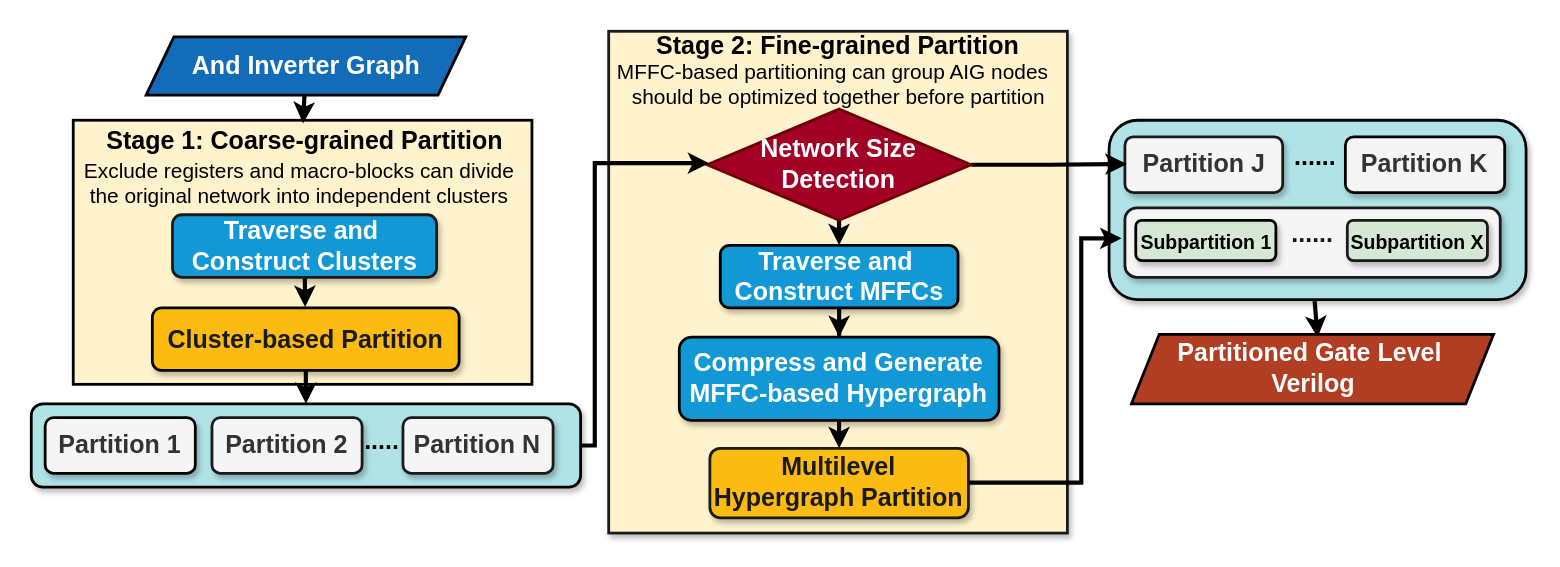
The draw.io diagram PartitionFlow.drawio in kxzhu0505/LogicSynOpt, before the edit. Source tidied: cells renumbered, new cells numbered last; positions are measured from the earlier drawing's top-left corner, leaving out a move shared by most shapes. Both pictures are drawn from the tidied source at 139%, with x=0, y=0 at pixel (31, 25).
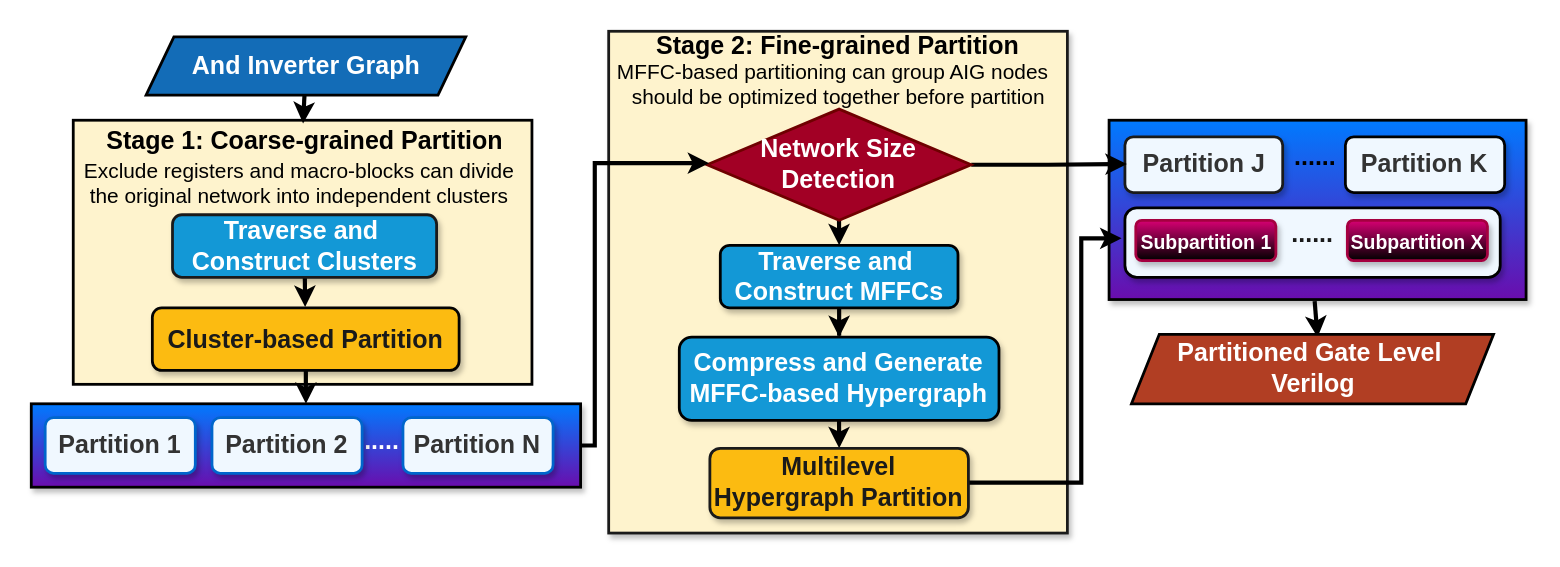
Above is the later version.

What changed in the source:
```diff
@@
-    <mxCell id="3" style="rounded=1;whiteSpace=wrap;html=1;shadow=1;strokeWidth=2;fontSize=18;arcSize=16;fillColor=#b0e3e6;strokeColor=#050505;" parent="1" vertex="1">
+    <mxCell id="3" style="rounded=0;whiteSpace=wrap;html=1;shadow=1;strokeWidth=2;fontSize=18;arcSize=16;fillColor=#007AFF;strokeColor=#000000;gradientColor=#6A0DAD;" parent="1" vertex="1">
       <mxGeometry x="775.4" y="68" width="300" height="129" as="geometry" />
     </mxCell>
@@
-    <mxCell id="5" style="rounded=1;whiteSpace=wrap;html=1;shadow=1;strokeWidth=2;fontSize=18;arcSize=14;fillColor=#b0e3e6;strokeColor=#000000;" parent="1" vertex="1">
+    <mxCell id="5" style="rounded=0;whiteSpace=wrap;html=1;shadow=1;strokeWidth=2;fontSize=18;arcSize=14;fillColor=#007AFF;strokeColor=#000000;gradientColor=#6A0DAD;" parent="1" vertex="1">
       <mxGeometry y="272" width="395.2" height="60" as="geometry" />
     </mxCell>
-    <mxCell id="6" value="&lt;font face=&quot;Helvetica&quot; style=&quot;font-size: 18px;&quot;&gt;Partition 1&lt;/font&gt;" style="rounded=1;whiteSpace=wrap;html=1;fontStyle=1;fontSize=18;strokeWidth=2;shadow=1;fillColor=#f5f5f5;fontColor=#333333;strokeColor=#000000;" parent="1" vertex="1">
+    <mxCell id="6" value="&lt;font face=&quot;Helvetica&quot; style=&quot;font-size: 18px;&quot;&gt;Partition 1&lt;/font&gt;" style="rounded=1;whiteSpace=wrap;html=1;fontStyle=1;fontSize=18;strokeWidth=2;shadow=1;fillColor=#F0F8FF;fontColor=#333333;strokeColor=#0066CC;" parent="1" vertex="1">
       <mxGeometry x="10" y="282" width="108" height="40" as="geometry" />
     </mxCell>
-    <mxCell id="7" value="&lt;font face=&quot;Helvetica&quot; style=&quot;font-size: 18px;&quot;&gt;......&lt;/font&gt;" style="text;html=1;strokeColor=none;fillColor=none;align=center;verticalAlign=middle;whiteSpace=wrap;rounded=0;fontStyle=1;fontSize=18;strokeWidth=3;" parent="1" vertex="1">
+    <mxCell id="7" value="&lt;font color=&quot;#ffffff&quot; face=&quot;Helvetica&quot; style=&quot;font-size: 18px;&quot;&gt;......&lt;/font&gt;" style="text;html=1;strokeColor=none;fillColor=none;align=center;verticalAlign=middle;whiteSpace=wrap;rounded=0;fontStyle=1;fontSize=18;strokeWidth=3;" parent="1" vertex="1">
       <mxGeometry x="220" y="284" width="60" height="30" as="geometry" />
     </mxCell>
-    <mxCell id="8" value="&lt;font face=&quot;Helvetica&quot; style=&quot;font-size: 18px;&quot;&gt;Partition N&lt;/font&gt;" style="rounded=1;whiteSpace=wrap;html=1;fontStyle=1;fontSize=18;strokeWidth=2;shadow=1;fillColor=#f5f5f5;strokeColor=#1A1A1A;fontColor=#333333;" parent="1" vertex="1">
+    <mxCell id="8" value="&lt;font face=&quot;Helvetica&quot; style=&quot;font-size: 18px;&quot;&gt;Partition N&lt;/font&gt;" style="rounded=1;whiteSpace=wrap;html=1;fontStyle=1;fontSize=18;strokeWidth=2;shadow=1;fillColor=#F0F8FF;strokeColor=#0066CC;fontColor=#333333;" parent="1" vertex="1">
       <mxGeometry x="267.4" y="282" width="108" height="40" as="geometry" />
     </mxCell>
-    <mxCell id="9" value="&lt;font face=&quot;Helvetica&quot; style=&quot;font-size: 18px;&quot;&gt;Partition 2&lt;/font&gt;" style="rounded=1;whiteSpace=wrap;html=1;fontStyle=1;fontSize=18;strokeWidth=2;shadow=1;fillColor=#f5f5f5;fontColor=#333333;strokeColor=#1A1A1A;" parent="1" vertex="1">
+    <mxCell id="9" value="&lt;font face=&quot;Helvetica&quot; style=&quot;font-size: 18px;&quot;&gt;Partition 2&lt;/font&gt;" style="rounded=1;whiteSpace=wrap;html=1;fontStyle=1;fontSize=18;strokeWidth=2;shadow=1;fillColor=#F0F8FF;fontColor=#333333;strokeColor=#0066CC;" parent="1" vertex="1">
       <mxGeometry x="130" y="282" width="108" height="40" as="geometry" />
     </mxCell>
-    <mxCell id="10" style="rounded=1;whiteSpace=wrap;html=1;shadow=1;strokeWidth=2;fontSize=18;arcSize=17;fillColor=#f5f5f5;fontColor=#333333;strokeColor=#1A1A1A;" parent="1" vertex="1">
+    <mxCell id="10" style="rounded=1;whiteSpace=wrap;html=1;shadow=1;strokeWidth=2;fontSize=18;arcSize=17;fillColor=#F0F8FF;fontColor=#333333;strokeColor=#000000;" parent="1" vertex="1">
       <mxGeometry x="786.8" y="131" width="270" height="50" as="geometry" />
     </mxCell>
-    <mxCell id="11" value="&lt;font face=&quot;Helvetica&quot; style=&quot;font-size: 14px;&quot;&gt;Subpartition 1&lt;/font&gt;" style="rounded=1;whiteSpace=wrap;html=1;fontStyle=1;fontSize=18;strokeWidth=2;shadow=1;fillColor=#d5e8d4;strokeColor=#000000;" parent="1" vertex="1">
+    <mxCell id="11" value="&lt;font face=&quot;Helvetica&quot; style=&quot;font-size: 14px;&quot;&gt;Subpartition 1&lt;/font&gt;" style="rounded=1;whiteSpace=wrap;html=1;fontStyle=1;fontSize=18;strokeWidth=2;shadow=1;fillColor=#d80073;strokeColor=#A50040;fontColor=#ffffff;gradientColor=default;" parent="1" vertex="1">
       <mxGeometry x="794.6" y="140" width="100.8" height="29" as="geometry" />
     </mxCell>
-    <mxCell id="12" value="&lt;font face=&quot;Helvetica&quot; style=&quot;font-size: 18px;&quot;&gt;Partition J&lt;/font&gt;" style="rounded=1;whiteSpace=wrap;html=1;fontStyle=1;fontSize=18;strokeWidth=2;shadow=1;fillColor=#f5f5f5;fontColor=#333333;strokeColor=#1A1A1A;" parent="1" vertex="1">
+    <mxCell id="12" value="&lt;font face=&quot;Helvetica&quot; style=&quot;font-size: 18px;&quot;&gt;Partition J&lt;/font&gt;" style="rounded=1;whiteSpace=wrap;html=1;fontStyle=1;fontSize=18;strokeWidth=2;shadow=1;fillColor=#F0F8FF;fontColor=#333333;strokeColor=#1A1A1A;" parent="1" vertex="1">
       <mxGeometry x="786.8" y="80" width="113.5" height="40" as="geometry" />
     </mxCell>
-    <mxCell id="13" value="&lt;font face=&quot;Helvetica&quot; style=&quot;font-size: 18px;&quot;&gt;Partition K&lt;/font&gt;" style="rounded=1;whiteSpace=wrap;html=1;fontStyle=1;fontSize=18;strokeWidth=2;shadow=1;fillColor=#f5f5f5;fontColor=#333333;strokeColor=#000000;" parent="1" vertex="1">
+    <mxCell id="13" value="&lt;font face=&quot;Helvetica&quot; style=&quot;font-size: 18px;&quot;&gt;Partition K&lt;/font&gt;" style="rounded=1;whiteSpace=wrap;html=1;fontStyle=1;fontSize=18;strokeWidth=2;shadow=1;fillColor=#F0F8FF;fontColor=#333333;strokeColor=#000000;" parent="1" vertex="1">
       <mxGeometry x="945.4" y="80" width="114.6" height="40" as="geometry" />
     </mxCell>
@@
-    <mxCell id="34" value="&lt;span style=&quot;font-size: 14px;&quot;&gt;Subpartition X&lt;/span&gt;" style="rounded=1;whiteSpace=wrap;html=1;fillColor=#d5e8d4;strokeColor=#1A1A1A;fontStyle=1;fontSize=18;strokeWidth=2;shadow=1;" parent="1" vertex="1">
+    <mxCell id="34" value="&lt;span style=&quot;font-size: 14px;&quot;&gt;Subpartition X&lt;/span&gt;" style="rounded=1;whiteSpace=wrap;html=1;fillColor=#d80073;strokeColor=#A50040;fontStyle=1;fontSize=18;strokeWidth=2;shadow=1;fontColor=#ffffff;gradientColor=default;" parent="1" vertex="1">
       <mxGeometry x="946.8" y="140" width="100.8" height="29" as="geometry" />
     </mxCell>
```
